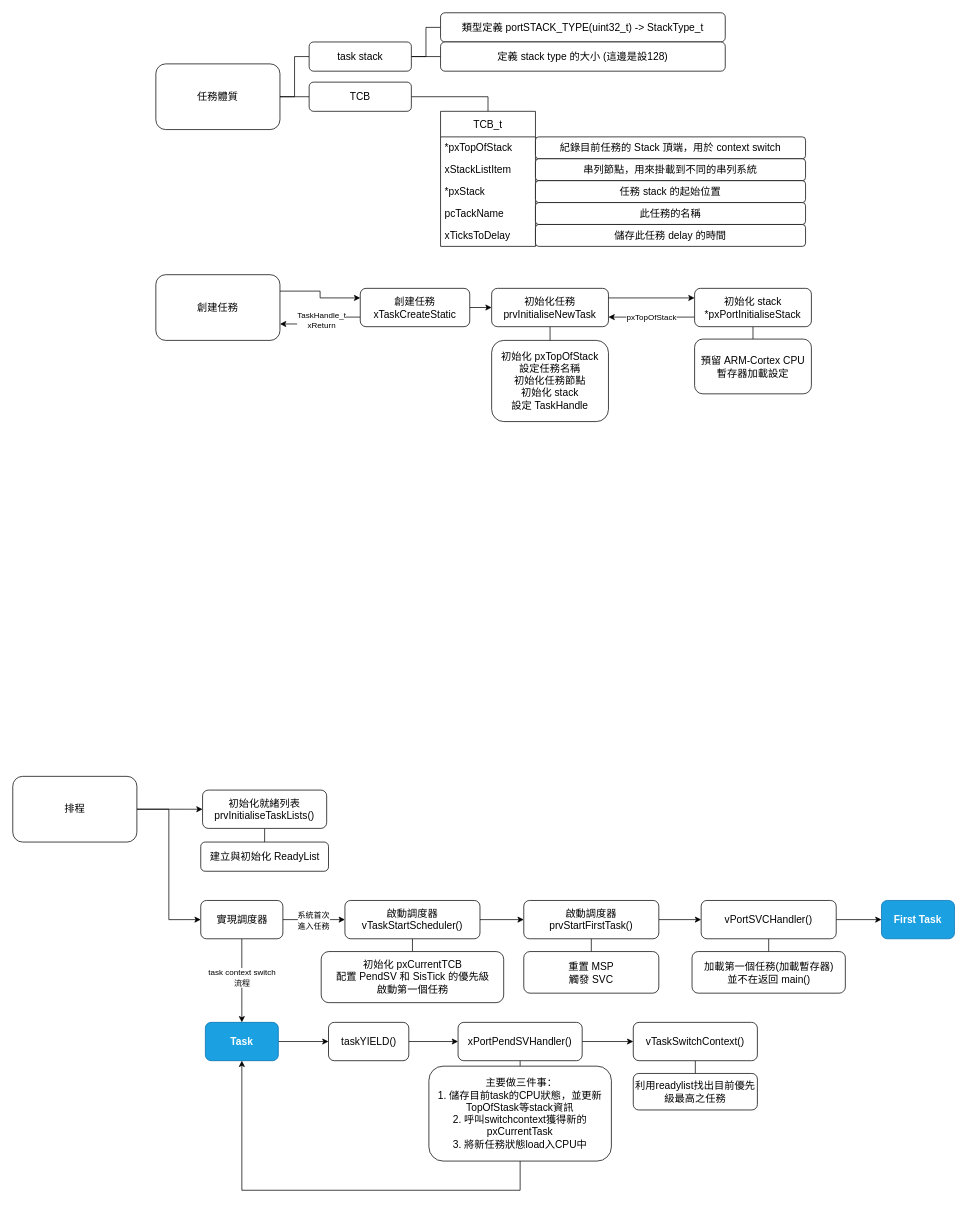
The draw.io diagram 02_task_create/task_create.drawio in wen0418/FreeRTOS_kernel_implementation, before the edit. Source tidied: cells renumbered, new cells numbered last; positions are measured from the earlier drawing's top-left corner, leaving out a move shared by most shapes. Both pictures are drawn from the tidied source at 73%, with x=0, y=0 at pixel (12, 12).
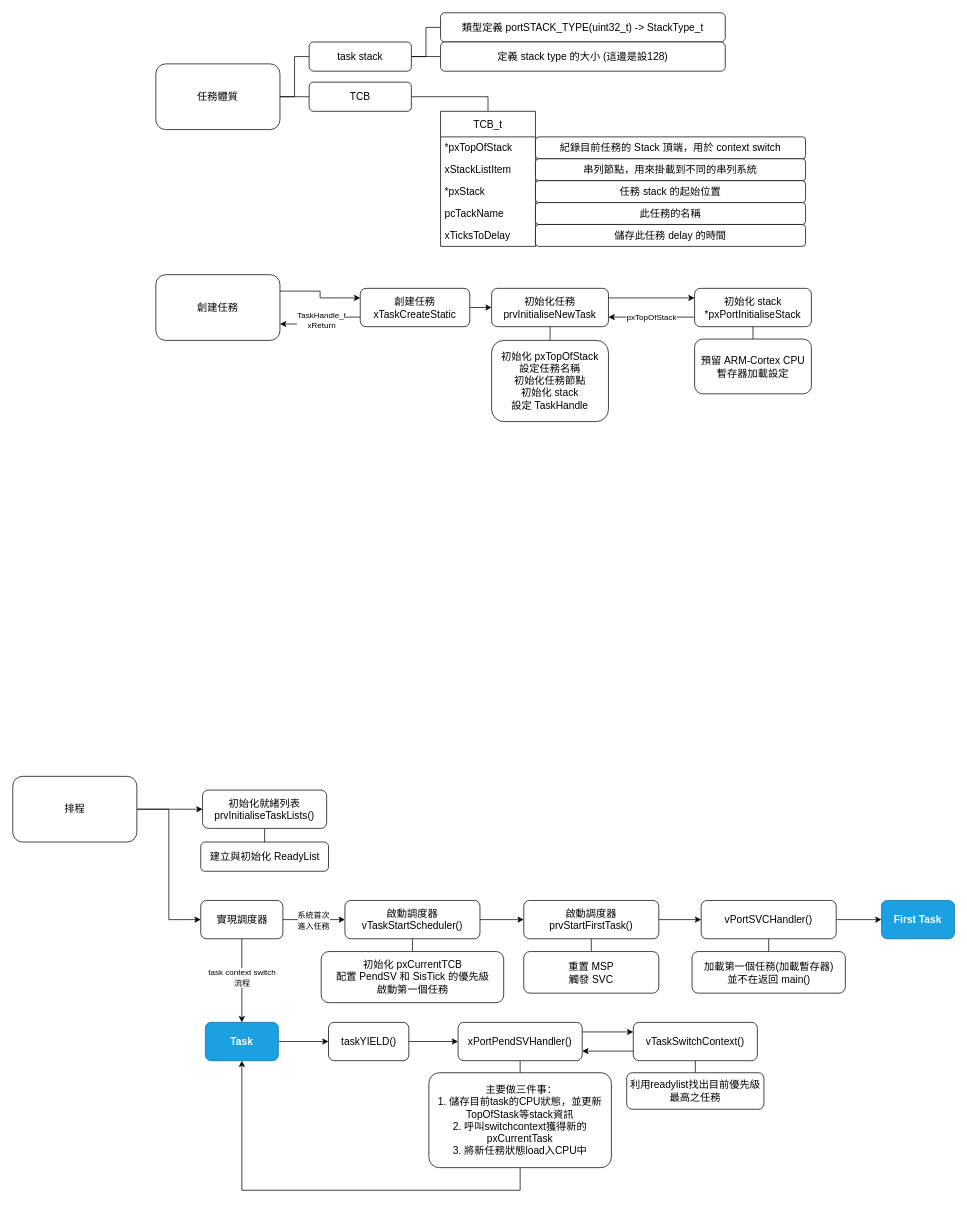
Above is the later version.

Unchanged cells that the change refers to:
```xml
<mxCell id="64" value="xPortPendSVHandler()" style="rounded=1;whiteSpace=wrap;html=1;fontSize=14;" parent="1" vertex="1">
  <mxGeometry x="610" y="1383" width="170" height="52.5" as="geometry" />
</mxCell>
<mxCell id="66" value="vTaskSwitchContext()" style="rounded=1;whiteSpace=wrap;html=1;fontSize=14;" parent="1" vertex="1">
  <mxGeometry x="850" y="1383" width="170" height="52.5" as="geometry" />
</mxCell>
```

The edit, as a diff of the source:
```diff
@@
+    <mxCell id="63" style="edgeStyle=orthogonalEdgeStyle;rounded=0;jettySize=auto;html=1;exitX=0.5;exitY=1;exitDx=0;exitDy=0;entryX=0.5;entryY=0;entryDx=0;entryDy=0;endArrow=none;endFill=0;" parent="1" edge="1" source="64" target="73">
+      <mxGeometry relative="1" as="geometry" />
+    </mxCell>
-    <mxCell id="62" style="edgeStyle=orthogonalEdgeStyle;rounded=0;jettySize=auto;html=1;exitX=1;exitY=0.5;exitDx=0;exitDy=0;entryX=0;entryY=0.5;entryDx=0;entryDy=0;" parent="1" edge="1" source="64" target="66">
+    <mxCell id="62" style="edgeStyle=orthogonalEdgeStyle;rounded=0;jettySize=auto;html=1;exitX=1;exitY=0.25;exitDx=0;exitDy=0;entryX=0;entryY=0.25;entryDx=0;entryDy=0;" parent="1" edge="1" source="64" target="66">
       <mxGeometry relative="1" as="geometry" />
     </mxCell>
-    <mxCell id="63" style="edgeStyle=orthogonalEdgeStyle;rounded=0;jettySize=auto;html=1;exitX=0.5;exitY=1;exitDx=0;exitDy=0;entryX=0.5;entryY=0;entryDx=0;entryDy=0;endArrow=none;endFill=0;" parent="1" edge="1" source="64" target="73">
-      <mxGeometry relative="1" as="geometry" />
-    </mxCell>
@@
+    <mxCell id="75" style="edgeStyle=orthogonalEdgeStyle;rounded=0;jettySize=auto;html=1;exitX=0;exitY=0.75;exitDx=0;exitDy=0;entryX=1;entryY=0.75;entryDx=0;entryDy=0;" parent="1" edge="1" source="66" target="64">
+      <mxGeometry relative="1" as="geometry" />
+    </mxCell>
@@
-    <mxCell id="73" value="&amp;nbsp;主要做三件事：&lt;div&gt;1. 儲存目前task的CPU狀態，並更新TopOfStask等stack資訊&lt;/div&gt;&lt;div&gt;2. 呼叫switchcontext獲得新的pxCurrentTask&lt;/div&gt;&lt;div&gt;3. 將新任務狀態load入CPU中&lt;/div&gt;" style="rounded=1;whiteSpace=wrap;html=1;fontSize=14;" parent="1" vertex="1">
-      <mxGeometry x="570" y="1443" width="250" height="130" as="geometry" />
+    <mxCell id="73" value="&amp;nbsp;主要做三件事：&lt;div&gt;1. 儲存目前task的CPU狀態，並更新TopOfStask等stack資訊&lt;/div&gt;&lt;div&gt;2. 呼叫switchcontext獲得新的pxCurrentTask&lt;/div&gt;&lt;div&gt;3. 將新任務狀態load入CPU中&lt;/div&gt;" style="rounded=1;whiteSpace=wrap;html=1;fontSize=14;arcSize=11;" parent="1" vertex="1">
+      <mxGeometry x="570" y="1452" width="250" height="130" as="geometry" />
     </mxCell>
     <mxCell id="74" value="利用readylist找出目前優先級最高之任務" style="rounded=1;whiteSpace=wrap;html=1;fontSize=14;" parent="1" vertex="1">
-      <mxGeometry x="850" y="1453" width="170" height="50" as="geometry" />
+      <mxGeometry x="841" y="1452" width="188" height="50" as="geometry" />
     </mxCell>
```
